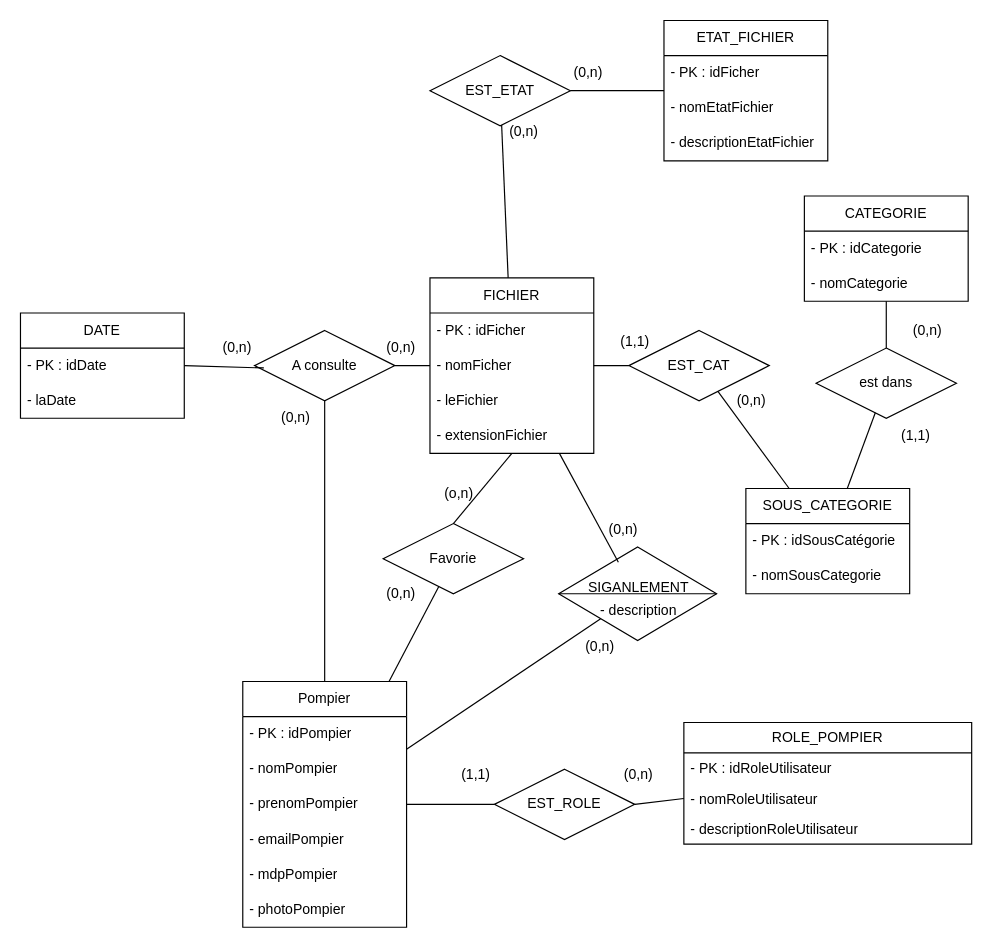
Earlier version of the draw.io diagram page "MCD" (2 of 5) of docs/UML.drawio (Nathan-Etave/Hades). Source tidied: cells renumbered, new cells numbered last; positions are measured from the earlier drawing's top-left corner, leaving out a move shared by most shapes. Both pictures are drawn from the tidied source at 117%, with x=0, y=0 at pixel (20, 20).
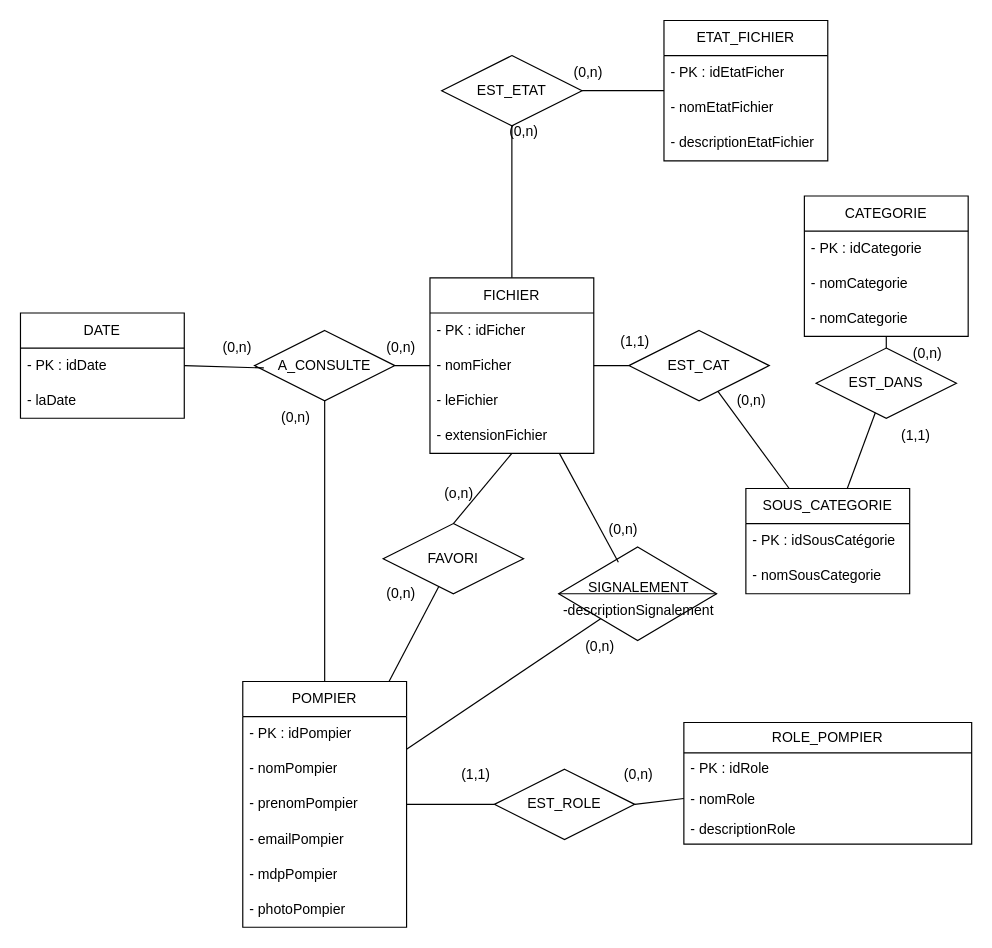
The same page after the edit.

The change refers to these unchanged cells:
```xml
<mxCell id="2" value="ROLE_POMPIER" style="swimlane;fontStyle=0;horizontal=1;startSize=26;fillColor=none;whiteSpace=wrap;html=1;" parent="1" vertex="1">
  <mxGeometry x="567" y="600" width="246" height="104" as="geometry" />
</mxCell>
<mxCell id="37" value="ETAT_FICHIER" style="swimlane;fontStyle=0;horizontal=1;startSize=30;whiteSpace=wrap;html=1;" parent="1" vertex="1">
  <mxGeometry x="550" width="140" height="120" as="geometry" />
</mxCell>
```

What changed in the source:
```diff
@@
-    <mxCell id="3" value="- PK : idRoleUtilisateur" style="text;strokeColor=none;fillColor=none;align=left;verticalAlign=top;spacingLeft=4;spacingRight=4;overflow=hidden;whiteSpace=wrap;html=1;" parent="2" vertex="1">
+    <mxCell id="3" value="- PK : idRole" style="text;strokeColor=none;fillColor=none;align=left;verticalAlign=top;spacingLeft=4;spacingRight=4;overflow=hidden;whiteSpace=wrap;html=1;" parent="2" vertex="1">
       <mxGeometry y="26" width="246" height="26" as="geometry" />
     </mxCell>
-    <mxCell id="4" value="- nomRoleUtilisateur" style="text;strokeColor=none;fillColor=none;align=left;verticalAlign=top;spacingLeft=4;spacingRight=4;overflow=hidden;points=[[0,0.5],[1,0.5]];portConstraint=eastwest;whiteSpace=wrap;html=1;" parent="2" vertex="1">
+    <mxCell id="4" value="- nomRole" style="text;strokeColor=none;fillColor=none;align=left;verticalAlign=top;spacingLeft=4;spacingRight=4;overflow=hidden;points=[[0,0.5],[1,0.5]];portConstraint=eastwest;whiteSpace=wrap;html=1;" parent="2" vertex="1">
       <mxGeometry y="52" width="246" height="26" as="geometry" />
     </mxCell>
-    <mxCell id="5" value="- descriptionRoleUtilisateur" style="text;strokeColor=none;fillColor=none;align=left;verticalAlign=top;spacingLeft=4;spacingRight=4;overflow=hidden;whiteSpace=wrap;html=1;" parent="2" vertex="1">
+    <mxCell id="5" value="- descriptionRole" style="text;strokeColor=none;fillColor=none;align=left;verticalAlign=top;spacingLeft=4;spacingRight=4;overflow=hidden;whiteSpace=wrap;html=1;" parent="2" vertex="1">
       <mxGeometry y="78" width="246" height="26" as="geometry" />
     </mxCell>
-    <mxCell id="6" value="Pompier" style="swimlane;fontStyle=0;horizontal=1;startSize=30;whiteSpace=wrap;html=1;" parent="1" vertex="1">
+    <mxCell id="6" value="POMPIER" style="swimlane;fontStyle=0;horizontal=1;startSize=30;whiteSpace=wrap;html=1;" parent="1" vertex="1">
       <mxGeometry x="190" y="565" width="140" height="210" as="geometry" />
     </mxCell>
@@
     <mxCell id="13" value="CATEGORIE" style="swimlane;fontStyle=0;horizontal=1;startSize=30;whiteSpace=wrap;html=1;" parent="1" vertex="1">
-      <mxGeometry x="670" y="150" width="140" height="90" as="geometry" />
+      <mxGeometry x="670" y="150" width="140" height="120" as="geometry" />
     </mxCell>
@@
+    <mxCell id="71" value="- nomCategorie" style="text;strokeColor=none;fillColor=none;align=left;verticalAlign=middle;spacingLeft=4;spacingRight=4;overflow=hidden;whiteSpace=wrap;html=1;" parent="13" vertex="1">
+      <mxGeometry y="60" width="140" height="30" as="geometry" />
+    </mxCell>
     <mxCell id="15" value="- nomCategorie" style="text;strokeColor=none;fillColor=none;align=left;verticalAlign=middle;spacingLeft=4;spacingRight=4;overflow=hidden;whiteSpace=wrap;html=1;" parent="13" vertex="1">
-      <mxGeometry y="60" width="140" height="30" as="geometry" />
+      <mxGeometry y="90" width="140" height="30" as="geometry" />
     </mxCell>
@@
-    <mxCell id="23" value="A consulte" style="shape=rhombus;perimeter=rhombusPerimeter;whiteSpace=wrap;html=1;align=center;" parent="1" vertex="1">
+    <mxCell id="23" value="A_CONSULTE" style="shape=rhombus;perimeter=rhombusPerimeter;whiteSpace=wrap;html=1;align=center;" parent="1" vertex="1">
       <mxGeometry x="200" y="265" width="120" height="60" as="geometry" />
     </mxCell>
@@
-    <mxCell id="26" value="Favorie" style="shape=rhombus;perimeter=rhombusPerimeter;whiteSpace=wrap;html=1;align=center;" parent="1" vertex="1">
+    <mxCell id="26" value="FAVORI" style="shape=rhombus;perimeter=rhombusPerimeter;whiteSpace=wrap;html=1;align=center;" parent="1" vertex="1">
       <mxGeometry x="310" y="430" width="120" height="60" as="geometry" />
     </mxCell>
     <mxCell id="27" value="EST_ETAT" style="shape=rhombus;perimeter=rhombusPerimeter;whiteSpace=wrap;html=1;align=center;" parent="1" vertex="1">
-      <mxGeometry x="350" y="30" width="120" height="60" as="geometry" />
+      <mxGeometry x="360" y="30" width="120" height="60" as="geometry" />
     </mxCell>
@@
-    <mxCell id="38" value="- PK : idFicher" style="text;strokeColor=none;fillColor=none;align=left;verticalAlign=middle;spacingLeft=4;spacingRight=4;overflow=hidden;whiteSpace=wrap;html=1;" parent="37" vertex="1">
+    <mxCell id="38" value="- PK : idEtatFicher" style="text;strokeColor=none;fillColor=none;align=left;verticalAlign=middle;spacingLeft=4;spacingRight=4;overflow=hidden;whiteSpace=wrap;html=1;" parent="37" vertex="1">
       <mxGeometry y="30" width="140" height="30" as="geometry" />
     </mxCell>
@@
-    <mxCell id="45" value="est dans " style="shape=rhombus;perimeter=rhombusPerimeter;whiteSpace=wrap;html=1;align=center;" parent="1" vertex="1">
+    <mxCell id="45" value="EST_DANS" style="shape=rhombus;perimeter=rhombusPerimeter;whiteSpace=wrap;html=1;align=center;" parent="1" vertex="1">
       <mxGeometry x="680" y="280" width="120" height="60" as="geometry" />
     </mxCell>
@@
-    <mxCell id="53" value="- description" style="text;html=1;align=center;verticalAlign=middle;strokeColor=none;fillColor=none;" parent="1" vertex="1">
-      <mxGeometry x="482.5" y="490" width="90" height="30" as="geometry" />
+    <mxCell id="53" value="-descriptionSignalement" style="text;html=1;align=center;verticalAlign=middle;strokeColor=none;fillColor=none;" parent="1" vertex="1">
+      <mxGeometry x="452.5" y="490" width="150" height="30" as="geometry" />
     </mxCell>
     <mxCell id="54" value="(0,n)" style="text;html=1;align=center;verticalAlign=middle;strokeColor=none;fillColor=none;" parent="1" vertex="1">
-      <mxGeometry x="750" y="250" width="50" height="30" as="geometry" />
+      <mxGeometry x="750" y="270" width="50" height="30" as="geometry" />
     </mxCell>
@@
-    <mxCell id="56" value="SIGANLEMENT" style="text;html=1;align=center;verticalAlign=middle;strokeColor=none;fillColor=none;" parent="1" vertex="1">
+    <mxCell id="56" value="SIGNALEMENT" style="text;html=1;align=center;verticalAlign=middle;strokeColor=none;fillColor=none;" parent="1" vertex="1">
       <mxGeometry x="472.5" y="470" width="110" height="30" as="geometry" />
     </mxCell>
```
